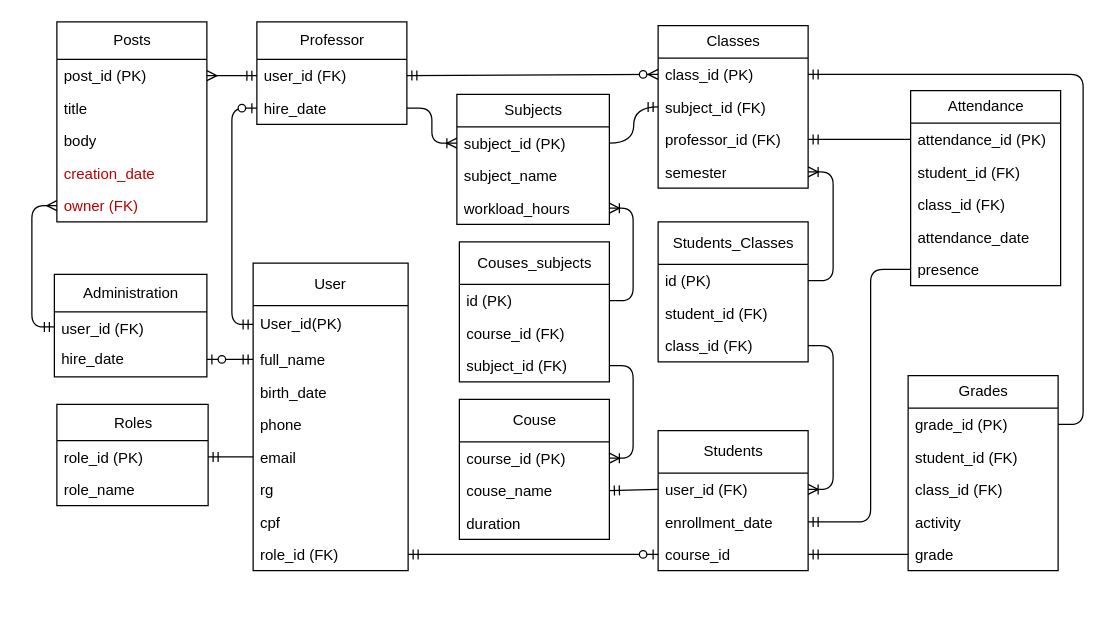
This is diagramas/diagrama_entidade_relacionamento.drawio from unHappyDev/PIF, a draw.io file, before an edit. Source tidied: cells renumbered, new cells numbered last; positions are measured from the earlier drawing's top-left corner, leaving out a move shared by most shapes. Both pictures are drawn from the tidied source at 125%, with x=0, y=0 at pixel (31, 21).
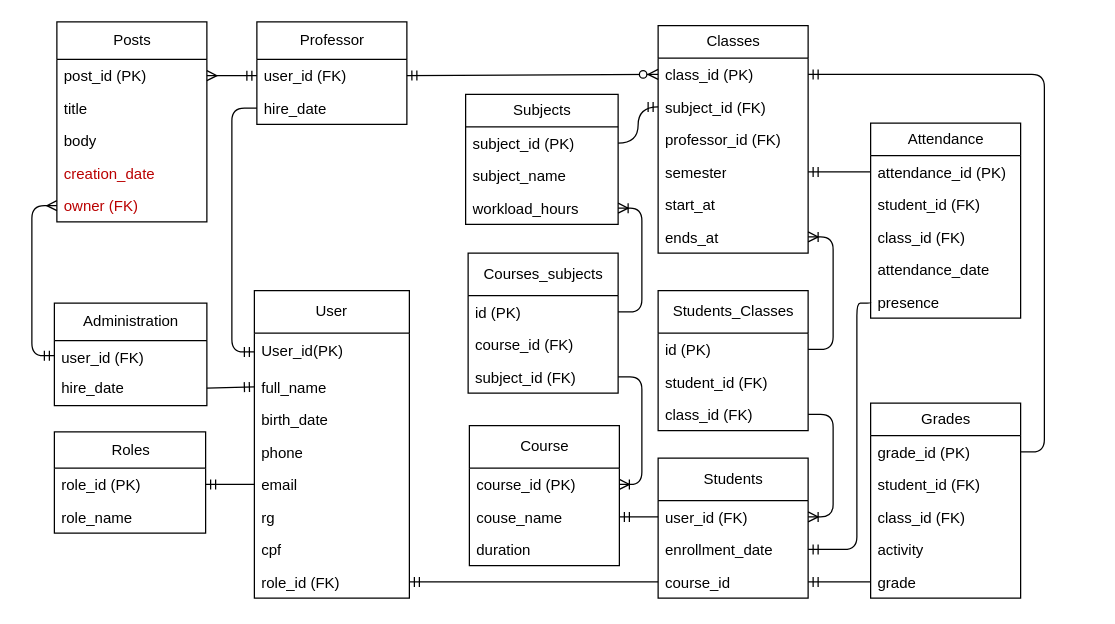
Above is the later version.

Commit message (it also covers changes not shown here):
alterando o banco de dados

Unchanged cells that the change refers to:
```xml
<mxCell id="3" value="User_id(PK)" style="text;strokeColor=none;fillColor=none;align=left;verticalAlign=middle;spacingLeft=4;spacingRight=4;overflow=hidden;points=[[0,0.5],[1,0.5]];portConstraint=eastwest;whiteSpace=wrap;html=1;" parent="2" vertex="1">
  <mxGeometry y="34" width="124" height="30" as="geometry" />
</mxCell>
<mxCell id="4" value="full_name" style="text;strokeColor=none;fillColor=none;align=left;verticalAlign=top;spacingLeft=4;spacingRight=4;overflow=hidden;points=[[0,0.5],[1,0.5]];portConstraint=eastwest;whiteSpace=wrap;html=1;" parent="2" vertex="1">
  <mxGeometry y="64" width="124" height="26" as="geometry" />
</mxCell>
<mxCell id="10" value="role_id (FK)" style="text;strokeColor=none;fillColor=none;align=left;verticalAlign=top;spacingLeft=4;spacingRight=4;overflow=hidden;points=[[0,0.5],[1,0.5]];portConstraint=eastwest;whiteSpace=wrap;html=1;" parent="2" vertex="1">
  <mxGeometry y="220" width="124" height="26" as="geometry" />
</mxCell>
<mxCell id="12" value="user_id (FK)" style="text;strokeColor=none;fillColor=none;align=left;verticalAlign=top;spacingLeft=4;spacingRight=4;overflow=hidden;points=[[0,0.5],[1,0.5]];portConstraint=eastwest;whiteSpace=wrap;html=1;" parent="11" vertex="1">
  <mxGeometry y="34" width="120" height="26" as="geometry" />
</mxCell>
<mxCell id="13" value="enrollment_date" style="text;strokeColor=none;fillColor=none;align=left;verticalAlign=top;spacingLeft=4;spacingRight=4;overflow=hidden;points=[[0,0.5],[1,0.5]];portConstraint=eastwest;whiteSpace=wrap;html=1;" parent="11" vertex="1">
  <mxGeometry y="60" width="120" height="26" as="geometry" />
</mxCell>
<mxCell id="14" value="course_id" style="text;strokeColor=none;fillColor=none;align=left;verticalAlign=top;spacingLeft=4;spacingRight=4;overflow=hidden;points=[[0,0.5],[1,0.5]];portConstraint=eastwest;whiteSpace=wrap;html=1;" parent="11" vertex="1">
  <mxGeometry y="86" width="120" height="26" as="geometry" />
</mxCell>
<mxCell id="18" value="hire_date" style="text;strokeColor=none;fillColor=none;align=left;verticalAlign=top;spacingLeft=4;spacingRight=4;overflow=hidden;points=[[0,0.5],[1,0.5]];portConstraint=eastwest;whiteSpace=wrap;html=1;" parent="16" vertex="1">
  <mxGeometry y="56" width="120" height="26" as="geometry" />
</mxCell>
<mxCell id="20" value="user_id (FK)" style="text;strokeColor=none;fillColor=none;align=left;verticalAlign=top;spacingLeft=4;spacingRight=4;overflow=hidden;points=[[0,0.5],[1,0.5]];portConstraint=eastwest;whiteSpace=wrap;html=1;" parent="19" vertex="1">
  <mxGeometry y="30" width="122" height="24" as="geometry" />
</mxCell>
<mxCell id="21" value="hire_date" style="text;strokeColor=none;fillColor=none;align=left;verticalAlign=top;spacingLeft=4;spacingRight=4;overflow=hidden;points=[[0,0.5],[1,0.5]];portConstraint=eastwest;whiteSpace=wrap;html=1;" parent="19" vertex="1">
  <mxGeometry y="54" width="122" height="28" as="geometry" />
</mxCell>
<mxCell id="33" value="&lt;div&gt;&lt;font color=&quot;rgba(0, 0, 0, 0)&quot;&gt;owner (FK)&lt;/font&gt;&lt;/div&gt;" style="text;strokeColor=none;fillColor=none;align=left;verticalAlign=top;spacingLeft=4;spacingRight=4;overflow=hidden;points=[[0,0.5],[1,0.5]];portConstraint=eastwest;whiteSpace=wrap;html=1;" parent="28" vertex="1">
  <mxGeometry y="134" width="120" height="26" as="geometry" />
</mxCell>
<mxCell id="37" value="subject_id (PK)" style="text;strokeColor=none;fillColor=none;align=left;verticalAlign=top;spacingLeft=4;spacingRight=4;overflow=hidden;points=[[0,0.5],[1,0.5]];portConstraint=eastwest;whiteSpace=wrap;html=1;" parent="36" vertex="1">
  <mxGeometry y="26" width="122" height="26" as="geometry" />
</mxCell>
<mxCell id="39" value="workload_hours" style="text;strokeColor=none;fillColor=none;align=left;verticalAlign=top;spacingLeft=4;spacingRight=4;overflow=hidden;points=[[0,0.5],[1,0.5]];portConstraint=eastwest;whiteSpace=wrap;html=1;" parent="36" vertex="1">
  <mxGeometry y="78" width="122" height="26" as="geometry" />
</mxCell>
<mxCell id="42" value="class_id (PK)" style="text;strokeColor=none;fillColor=none;align=left;verticalAlign=top;spacingLeft=4;spacingRight=4;overflow=hidden;points=[[0,0.5],[1,0.5]];portConstraint=eastwest;whiteSpace=wrap;html=1;" parent="41" vertex="1">
  <mxGeometry y="26" width="120" height="26" as="geometry" />
</mxCell>
<mxCell id="44" value="professor_id (FK)" style="text;strokeColor=none;fillColor=none;align=left;verticalAlign=top;spacingLeft=4;spacingRight=4;overflow=hidden;points=[[0,0.5],[1,0.5]];portConstraint=eastwest;whiteSpace=wrap;html=1;" parent="41" vertex="1">
  <mxGeometry y="78" width="120" height="26" as="geometry" />
</mxCell>
<mxCell id="45" value="semester" style="text;strokeColor=none;fillColor=none;align=left;verticalAlign=top;spacingLeft=4;spacingRight=4;overflow=hidden;points=[[0,0.5],[1,0.5]];portConstraint=eastwest;whiteSpace=wrap;html=1;" parent="41" vertex="1">
  <mxGeometry y="104" width="120" height="26" as="geometry" />
</mxCell>
<mxCell id="48" value="course_id (PK)" style="text;strokeColor=none;fillColor=none;align=left;verticalAlign=top;spacingLeft=4;spacingRight=4;overflow=hidden;points=[[0,0.5],[1,0.5]];portConstraint=eastwest;whiteSpace=wrap;html=1;" parent="47" vertex="1">
  <mxGeometry y="34" width="120" height="26" as="geometry" />
</mxCell>
<mxCell id="53" value="id (PK)" style="text;strokeColor=none;fillColor=none;align=left;verticalAlign=top;spacingLeft=4;spacingRight=4;overflow=hidden;points=[[0,0.5],[1,0.5]];portConstraint=eastwest;whiteSpace=wrap;html=1;" parent="52" vertex="1">
  <mxGeometry y="34" width="120" height="26" as="geometry" />
</mxCell>
<mxCell id="55" value="class_id (FK)" style="text;strokeColor=none;fillColor=none;align=left;verticalAlign=top;spacingLeft=4;spacingRight=4;overflow=hidden;points=[[0,0.5],[1,0.5]];portConstraint=eastwest;whiteSpace=wrap;html=1;" parent="52" vertex="1">
  <mxGeometry y="86" width="120" height="26" as="geometry" />
</mxCell>
<mxCell id="57" value="id (PK)" style="text;strokeColor=none;fillColor=none;align=left;verticalAlign=top;spacingLeft=4;spacingRight=4;overflow=hidden;points=[[0,0.5],[1,0.5]];portConstraint=eastwest;whiteSpace=wrap;html=1;" parent="56" vertex="1">
  <mxGeometry y="34" width="120" height="26" as="geometry" />
</mxCell>
<mxCell id="59" value="subject_id (FK)" style="text;strokeColor=none;fillColor=none;align=left;verticalAlign=top;spacingLeft=4;spacingRight=4;overflow=hidden;points=[[0,0.5],[1,0.5]];portConstraint=eastwest;whiteSpace=wrap;html=1;" parent="56" vertex="1">
  <mxGeometry y="86" width="120" height="26" as="geometry" />
</mxCell>
<mxCell id="66" value="grade_id (PK)" style="text;strokeColor=none;fillColor=none;align=left;verticalAlign=top;spacingLeft=4;spacingRight=4;overflow=hidden;points=[[0,0.5],[1,0.5]];portConstraint=eastwest;whiteSpace=wrap;html=1;" parent="65" vertex="1">
  <mxGeometry y="26" width="120" height="26" as="geometry" />
</mxCell>
<mxCell id="74" value="attendance_id (PK)" style="text;strokeColor=none;fillColor=none;align=left;verticalAlign=top;spacingLeft=4;spacingRight=4;overflow=hidden;points=[[0,0.5],[1,0.5]];portConstraint=eastwest;whiteSpace=wrap;html=1;" parent="73" vertex="1">
  <mxGeometry y="26" width="120" height="26" as="geometry" />
</mxCell>
<mxCell id="78" value="presence" style="text;strokeColor=none;fillColor=none;align=left;verticalAlign=top;spacingLeft=4;spacingRight=4;overflow=hidden;points=[[0,0.5],[1,0.5]];portConstraint=eastwest;whiteSpace=wrap;html=1;" parent="73" vertex="1">
  <mxGeometry y="130" width="120" height="26" as="geometry" />
</mxCell>
```

Change to the diagram source:
```diff
@@
     <mxCell id="2" value="User" style="swimlane;fontStyle=0;horizontal=1;startSize=34;whiteSpace=wrap;html=1;" parent="1" vertex="1">
-      <mxGeometry x="177" y="193" width="124" height="246" as="geometry" />
+      <mxGeometry x="178" y="215" width="124" height="246" as="geometry" />
     </mxCell>
@@
     <mxCell id="11" value="Students" style="swimlane;fontStyle=0;horizontal=1;startSize=34;fillColor=none;html=1;" parent="1" vertex="1">
-      <mxGeometry x="501" y="327" width="120" height="112" as="geometry" />
+      <mxGeometry x="501" y="349" width="120" height="112" as="geometry" />
     </mxCell>
@@
-    <mxCell id="15" style="fontSize=12;html=1;endArrow=ERzeroToOne;startArrow=ERmandOne;entryX=0;entryY=0.5;entryDx=0;entryDy=0;exitX=1;exitY=0.5;exitDx=0;exitDy=0;" parent="1" edge="1" source="10" target="14">
+    <mxCell id="15" style="fontSize=12;html=1;endArrow=none;startArrow=ERmandOne;entryX=0;entryY=0.5;entryDx=0;entryDy=0;exitX=1;exitY=0.5;exitDx=0;exitDy=0;endFill=0;" parent="1" edge="1" source="10" target="14">
       <mxGeometry relative="1" as="geometry" />
     </mxCell>
@@
     <mxCell id="19" value="Administration" style="swimlane;fontStyle=0;horizontal=1;startSize=30;fillColor=none;html=1;" parent="1" vertex="1">
-      <mxGeometry x="18" y="202" width="122" height="82" as="geometry" />
+      <mxGeometry x="18" y="225" width="122" height="82" as="geometry" />
     </mxCell>
@@
     <mxCell id="22" value="Roles" style="swimlane;fontStyle=0;horizontal=1;startSize=29;fillColor=none;html=1;" parent="1" vertex="1">
-      <mxGeometry x="20" y="306" width="121" height="81" as="geometry" />
+      <mxGeometry x="18" y="328" width="121" height="81" as="geometry" />
     </mxCell>
@@
-    <mxCell id="26" style="fontSize=12;html=1;endArrow=ERzeroToOne;startArrow=ERmandOne;exitX=0;exitY=0.5;exitDx=0;exitDy=0;entryX=0;entryY=0.5;entryDx=0;entryDy=0;edgeStyle=orthogonalEdgeStyle;" parent="1" edge="1" source="3" target="18">
+    <mxCell id="26" style="fontSize=12;html=1;endArrow=none;startArrow=ERmandOne;exitX=0;exitY=0.5;exitDx=0;exitDy=0;entryX=0;entryY=0.5;entryDx=0;entryDy=0;edgeStyle=orthogonalEdgeStyle;endFill=0;" parent="1" edge="1" source="3" target="18">
       <mxGeometry relative="1" as="geometry">
         <Array as="points">
-          <mxPoint x="160" y="242" />
+          <mxPoint x="160" y="264" />
           <mxPoint x="160" y="69" />
         </Array>
       </mxGeometry>
     </mxCell>
-    <mxCell id="27" style="fontSize=12;html=1;endArrow=ERzeroToOne;startArrow=ERmandOne;exitX=0;exitY=0.5;exitDx=0;exitDy=0;entryX=1;entryY=0.5;entryDx=0;entryDy=0;" parent="1" edge="1" source="4" target="21">
+    <mxCell id="27" style="fontSize=12;html=1;endArrow=none;startArrow=ERmandOne;exitX=0;exitY=0.5;exitDx=0;exitDy=0;entryX=1;entryY=0.5;entryDx=0;entryDy=0;endFill=0;" parent="1" edge="1" source="4" target="21">
       <mxGeometry relative="1" as="geometry" />
     </mxCell>
@@
     <mxCell id="34" style="fontSize=12;html=1;endArrow=ERmany;startArrow=ERmandOne;startFill=0;entryX=0;entryY=0.5;entryDx=0;entryDy=0;exitX=0;exitY=0.5;exitDx=0;exitDy=0;edgeStyle=orthogonalEdgeStyle;" parent="1" edge="1" source="20" target="33">
       <mxGeometry relative="1" as="geometry">
         <Array as="points">
-          <mxPoint y="244" />
+          <mxPoint y="267" />
           <mxPoint y="147" />
         </Array>
       </mxGeometry>
     </mxCell>
@@
     <mxCell id="36" value="Subjects" style="swimlane;fontStyle=0;horizontal=1;startSize=26;fillColor=none;html=1;" parent="1" vertex="1">
-      <mxGeometry x="340" y="58" width="122" height="104" as="geometry" />
+      <mxGeometry x="347" y="58" width="122" height="104" as="geometry" />
     </mxCell>
@@
-    <mxCell id="40" style="fontSize=12;html=1;endArrow=ERoneToMany;entryX=0;entryY=0.5;entryDx=0;entryDy=0;exitX=1;exitY=0.5;exitDx=0;exitDy=0;edgeStyle=orthogonalEdgeStyle;" parent="1" edge="1" source="18" target="37">
-      <mxGeometry relative="1" as="geometry" />
-    </mxCell>
     <mxCell id="41" value="Classes" style="swimlane;fontStyle=0;horizontal=1;startSize=26;fillColor=none;html=1;" parent="1" vertex="1">
-      <mxGeometry x="501" y="3" width="120" height="130" as="geometry" />
+      <mxGeometry x="501" y="3" width="120" height="182" as="geometry" />
     </mxCell>
@@
+    <mxCell id="81" value="start_at" style="text;strokeColor=none;fillColor=none;align=left;verticalAlign=top;spacingLeft=4;spacingRight=4;overflow=hidden;whiteSpace=wrap;html=1;" parent="41" vertex="1">
+      <mxGeometry y="130" width="120" height="26" as="geometry" />
+    </mxCell>
+    <mxCell id="82" value="ends_at" style="text;strokeColor=none;fillColor=none;align=left;verticalAlign=top;spacingLeft=4;spacingRight=4;overflow=hidden;points=[[0,0.5],[1,0.5]];portConstraint=eastwest;whiteSpace=wrap;html=1;" parent="41" vertex="1">
+      <mxGeometry y="156" width="120" height="26" as="geometry" />
+    </mxCell>
@@
-    <mxCell id="47" value="Couse" style="swimlane;fontStyle=0;horizontal=1;startSize=34;fillColor=none;html=1;" parent="1" vertex="1">
-      <mxGeometry x="342" y="302" width="120" height="112" as="geometry" />
+    <mxCell id="47" value="Course" style="swimlane;fontStyle=0;horizontal=1;startSize=34;fillColor=none;html=1;" parent="1" vertex="1">
+      <mxGeometry x="350" y="323" width="120" height="112" as="geometry" />
     </mxCell>
@@
     <mxCell id="52" value="Students_Classes" style="swimlane;fontStyle=0;horizontal=1;startSize=34;fillColor=none;html=1;" parent="1" vertex="1">
-      <mxGeometry x="501" y="160" width="120" height="112" as="geometry" />
+      <mxGeometry x="501" y="215" width="120" height="112" as="geometry" />
     </mxCell>
@@
-    <mxCell id="56" value="Couses_subjects" style="swimlane;fontStyle=0;horizontal=1;startSize=34;fillColor=none;html=1;" parent="1" vertex="1">
-      <mxGeometry x="342" y="176" width="120" height="112" as="geometry" />
+    <mxCell id="56" value="Courses_subjects" style="swimlane;fontStyle=0;horizontal=1;startSize=34;fillColor=none;html=1;" parent="1" vertex="1">
+      <mxGeometry x="349" y="185" width="120" height="112" as="geometry" />
     </mxCell>
@@
     <mxCell id="60" style="fontSize=12;html=1;endArrow=none;exitX=1;exitY=0.5;exitDx=0;exitDy=0;entryX=1;entryY=0.5;entryDx=0;entryDy=0;endFill=0;startArrow=ERoneToMany;startFill=0;edgeStyle=orthogonalEdgeStyle;" parent="1" edge="1" source="12" target="55">
       <mxGeometry relative="1" as="geometry">
         <Array as="points">
-          <mxPoint x="641" y="374" />
-          <mxPoint x="641" y="259" />
+          <mxPoint x="641" y="396" />
+          <mxPoint x="641" y="314" />
         </Array>
       </mxGeometry>
     </mxCell>
     <mxCell id="61" style="fontSize=12;html=1;endArrow=ERoneToMany;startArrow=none;exitX=1;exitY=0.5;exitDx=0;exitDy=0;entryX=1;entryY=0.5;entryDx=0;entryDy=0;endFill=0;startFill=0;edgeStyle=orthogonalEdgeStyle;" parent="1" edge="1" source="59" target="48">
       <mxGeometry relative="1" as="geometry">
         <Array as="points">
-          <mxPoint x="481" y="275" />
-          <mxPoint x="481" y="349" />
+          <mxPoint x="488" y="284" />
+          <mxPoint x="488" y="370" />
         </Array>
       </mxGeometry>
     </mxCell>
     <mxCell id="62" style="fontSize=12;html=1;endArrow=ERoneToMany;startArrow=none;exitX=1;exitY=0.5;exitDx=0;exitDy=0;endFill=0;startFill=0;entryX=1;entryY=0.5;entryDx=0;entryDy=0;edgeStyle=orthogonalEdgeStyle;" parent="1" edge="1" source="57" target="39">
       <mxGeometry relative="1" as="geometry">
         <Array as="points">
-          <mxPoint x="481" y="223" />
-          <mxPoint x="481" y="149" />
+          <mxPoint x="488" y="232" />
+          <mxPoint x="488" y="149" />
         </Array>
       </mxGeometry>
     </mxCell>
-    <mxCell id="63" style="fontSize=12;html=1;endArrow=ERoneToMany;startArrow=none;exitX=1;exitY=0.5;exitDx=0;exitDy=0;endFill=0;startFill=0;entryX=1;entryY=0.5;entryDx=0;entryDy=0;edgeStyle=orthogonalEdgeStyle;" parent="1" edge="1" source="53" target="45">
+    <mxCell id="63" style="fontSize=12;html=1;endArrow=ERoneToMany;startArrow=none;exitX=1;exitY=0.5;exitDx=0;exitDy=0;endFill=0;startFill=0;entryX=1;entryY=0.5;entryDx=0;entryDy=0;edgeStyle=orthogonalEdgeStyle;" parent="1" edge="1" source="53" target="82">
       <mxGeometry relative="1" as="geometry">
         <Array as="points">
-          <mxPoint x="641" y="207" />
-          <mxPoint x="641" y="120" />
+          <mxPoint x="641" y="262" />
+          <mxPoint x="641" y="172" />
         </Array>
       </mxGeometry>
     </mxCell>
@@
     <mxCell id="65" value="Grades" style="swimlane;fontStyle=0;horizontal=1;startSize=26;fillColor=none;html=1;" parent="1" vertex="1">
-      <mxGeometry x="701" y="283" width="120" height="156" as="geometry" />
+      <mxGeometry x="671" y="305" width="120" height="156" as="geometry" />
     </mxCell>
@@
     <mxCell id="71" style="fontSize=12;html=1;endArrow=ERmandOne;exitX=1;exitY=0.5;exitDx=0;exitDy=0;entryX=1;entryY=0.5;entryDx=0;entryDy=0;edgeStyle=orthogonalEdgeStyle;" parent="1" edge="1" source="66" target="42">
       <mxGeometry relative="1" as="geometry">
         <Array as="points">
-          <mxPoint x="841" y="322" />
-          <mxPoint x="841" y="42" />
+          <mxPoint x="810" y="344" />
+          <mxPoint x="810" y="42" />
         </Array>
       </mxGeometry>
     </mxCell>
@@
     <mxCell id="73" value="Attendance" style="swimlane;fontStyle=0;horizontal=1;startSize=26;fillColor=none;html=1;" parent="1" vertex="1">
-      <mxGeometry x="703" y="55" width="120" height="156" as="geometry" />
+      <mxGeometry x="671" y="81" width="120" height="156" as="geometry" />
     </mxCell>
@@
-    <mxCell id="79" style="fontSize=12;html=1;endArrow=ERmandOne;exitX=0;exitY=0.5;exitDx=0;exitDy=0;entryX=1;entryY=0.5;entryDx=0;entryDy=0;" parent="1" edge="1" source="74" target="44">
+    <mxCell id="79" style="fontSize=12;html=1;endArrow=ERmandOne;exitX=0;exitY=0.5;exitDx=0;exitDy=0;entryX=1;entryY=0.5;entryDx=0;entryDy=0;" parent="1" edge="1" source="74" target="45">
       <mxGeometry relative="1" as="geometry" />
     </mxCell>
     <mxCell id="80" style="fontSize=12;html=1;endArrow=ERmandOne;exitX=0;exitY=0.5;exitDx=0;exitDy=0;entryX=1;entryY=0.5;entryDx=0;entryDy=0;edgeStyle=orthogonalEdgeStyle;" parent="1" edge="1" source="78" target="13">
       <mxGeometry relative="1" as="geometry">
         <Array as="points">
-          <mxPoint x="671" y="198" />
-          <mxPoint x="671" y="400" />
+          <mxPoint x="660" y="225" />
+          <mxPoint x="660" y="422" />
         </Array>
       </mxGeometry>
     </mxCell>
```
